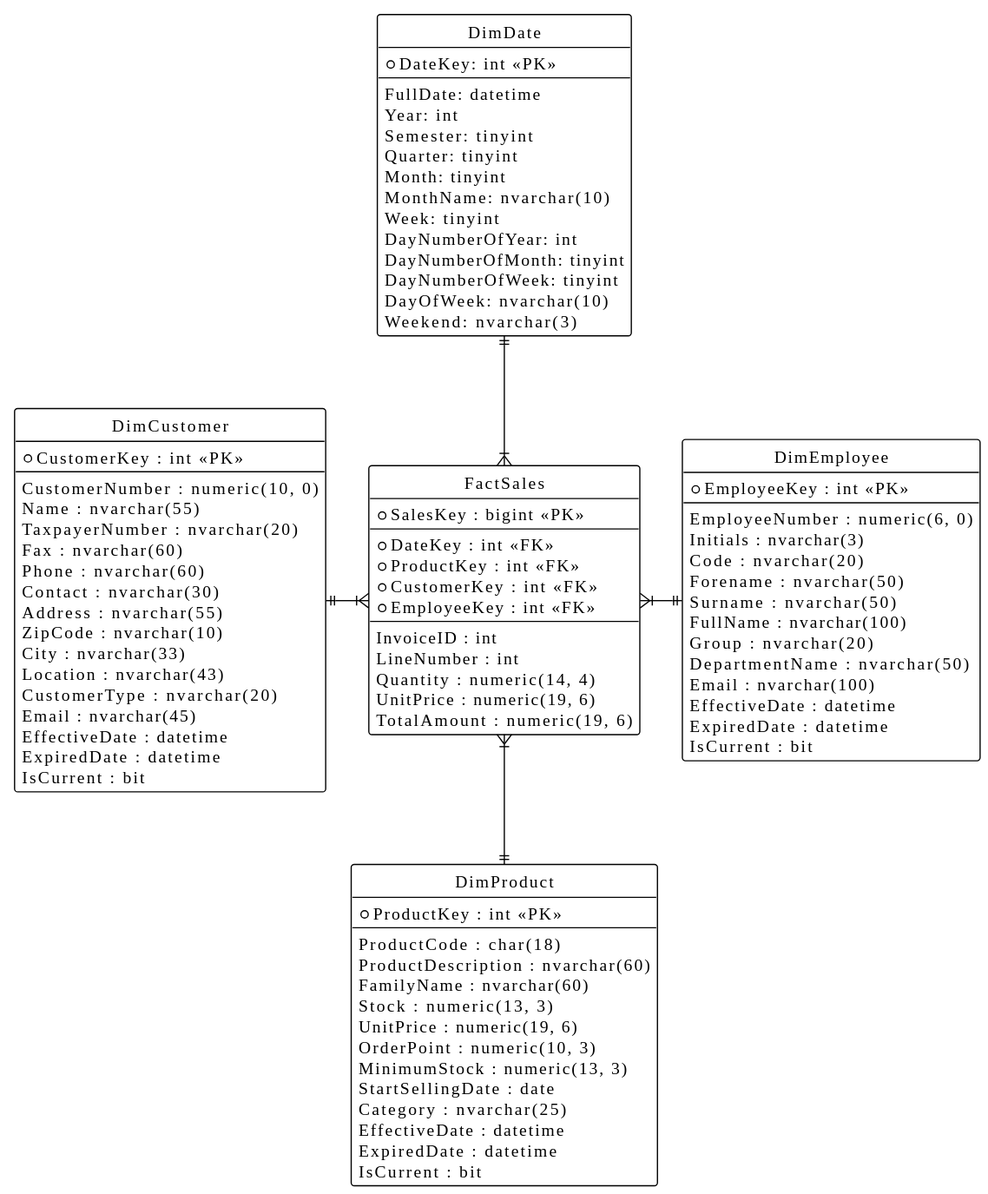
Before: assets/Dimensions.svg, a diagram exported from PlantUML (isneru/BDAMD_TP2_25_26).
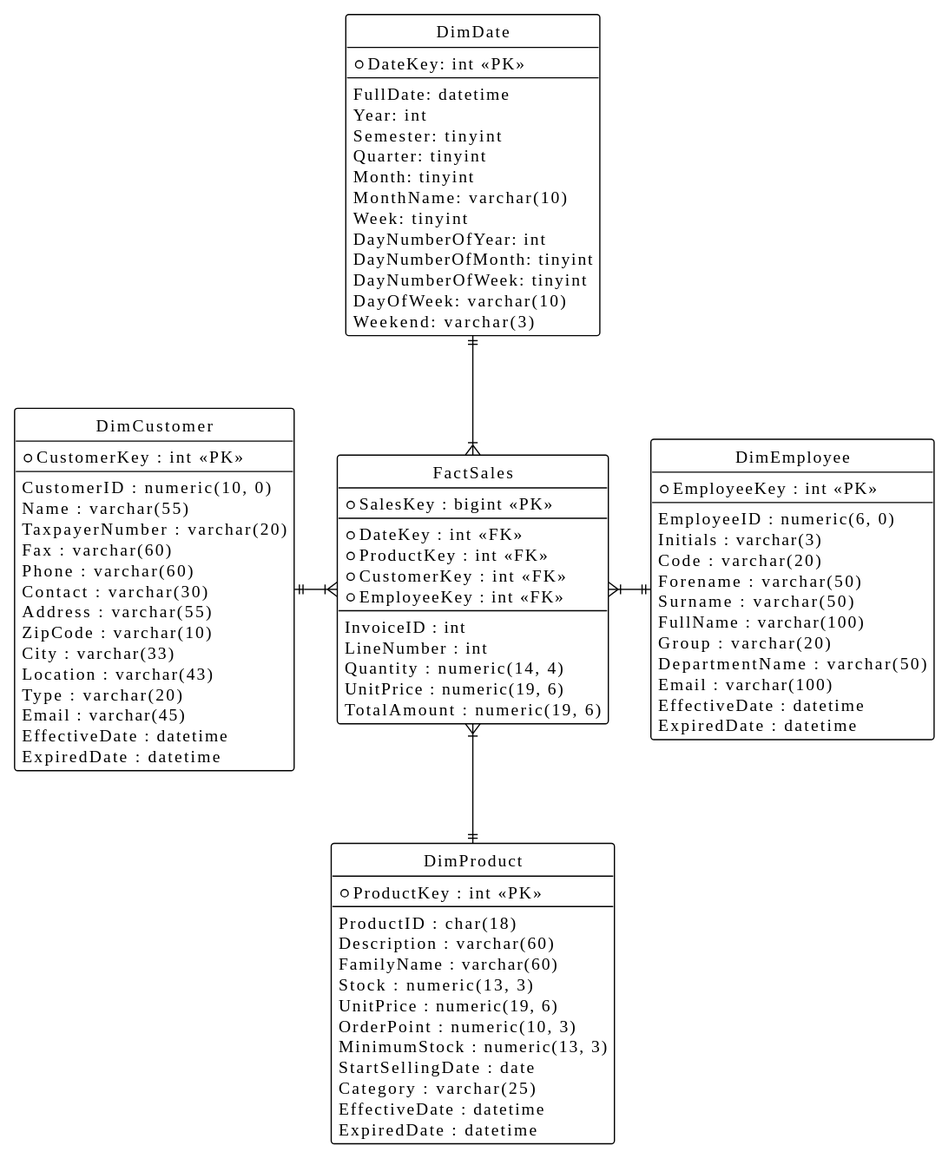
Later version of the same file.

Commit message:
Refactor data types in dimensions.puml: Change nvarchar to varchar for consistency and update field names for clarity

Diff of the diagram source:
```diff
@@ -26,67 +26,64 @@
   Semester: tinyint
   Quarter: tinyint
   Month: tinyint
-  MonthName: nvarchar(10)
+  MonthName: varchar(10)
   Week: tinyint
   DayNumberOfYear: int
   DayNumberOfMonth: tinyint
   DayNumberOfWeek: tinyint
-  DayOfWeek: nvarchar(10)
-  Weekend: nvarchar(3)
+  DayOfWeek: varchar(10)
+  Weekend: varchar(3)
 }
 
 entity "DimProduct" as prod {
   *ProductKey : int <<PK>>
   --
-  ProductCode : char(18)
-  ProductDescription : nvarchar(60)
-  FamilyName : nvarchar(60)
+  ProductID : char(18)
+  Description : varchar(60)
+  FamilyName : varchar(60)
   Stock : numeric(13, 3)
   UnitPrice : numeric(19, 6)
   OrderPoint : numeric(10, 3)
   MinimumStock : numeric(13, 3)
   StartSellingDate : date
-  Category : nvarchar(25)
+  Category : varchar(25)
   EffectiveDate : datetime
   ExpiredDate : datetime
-  IsCurrent : bit
 }
 
 entity "DimCustomer" as cust {
   *CustomerKey : int <<PK>>
   --
-  CustomerNumber : numeric(10, 0)
-  Name : nvarchar(55)
-  TaxpayerNumber : nvarchar(20)
-  Fax : nvarchar(60)
-  Phone : nvarchar(60)
-  Contact : nvarchar(30)
-  Address : nvarchar(55)
-  ZipCode : nvarchar(10)
-  City : nvarchar(33)
-  Location : nvarchar(43)
-  CustomerType : nvarchar(20)
-  Email : nvarchar(45)
+  CustomerID : numeric(10, 0)
+  Name : varchar(55)
+  TaxpayerNumber : varchar(20)
+  Fax : varchar(60)
+  Phone : varchar(60)
+  Contact : varchar(30)
+  Address : varchar(55)
+  ZipCode : varchar(10)
+  City : varchar(33)
+  Location : varchar(43)
+  Type : varchar(20)
+  Email : varchar(45)
   EffectiveDate : datetime
   ExpiredDate : datetime
-  IsCurrent : bit
 }
 
 entity "DimEmployee" as emp {
   *EmployeeKey : int <<PK>>
   --
-  EmployeeNumber : numeric(6, 0)
-  Initials : nvarchar(3)
-  Code : nvarchar(20)
-  Forename : nvarchar(50)
-  Surname : nvarchar(50)
-  FullName : nvarchar(100)
-  Group : nvarchar(20)
-  DepartmentName : nvarchar(50)
-  Email : nvarchar(100)
+  EmployeeID : numeric(6, 0)
+  Initials : varchar(3)
+  Code : varchar(20)
+  Forename : varchar(50)
+  Surname : varchar(50)
+  FullName : varchar(100)
+  Group : varchar(20)
+  DepartmentName : varchar(50)
+  Email : varchar(100)
   EffectiveDate : datetime
   ExpiredDate : datetime
-  IsCurrent : bit
 }
 
 fact }|-up-|| date
```
